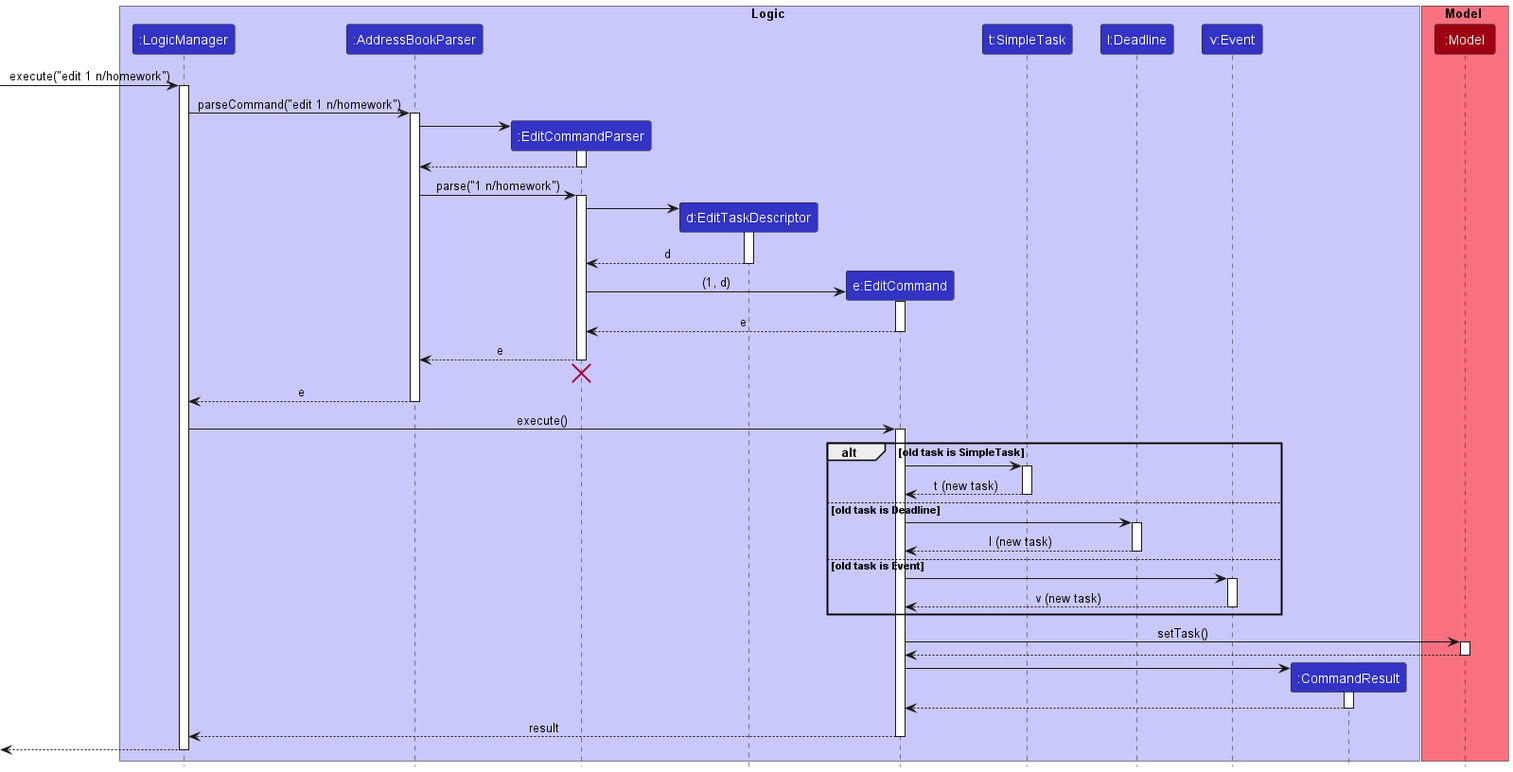
Earlier version of the PlantUML export docs/images/EditSequenceDiagram.png (nus-cs2103-AY2223S2/tp).
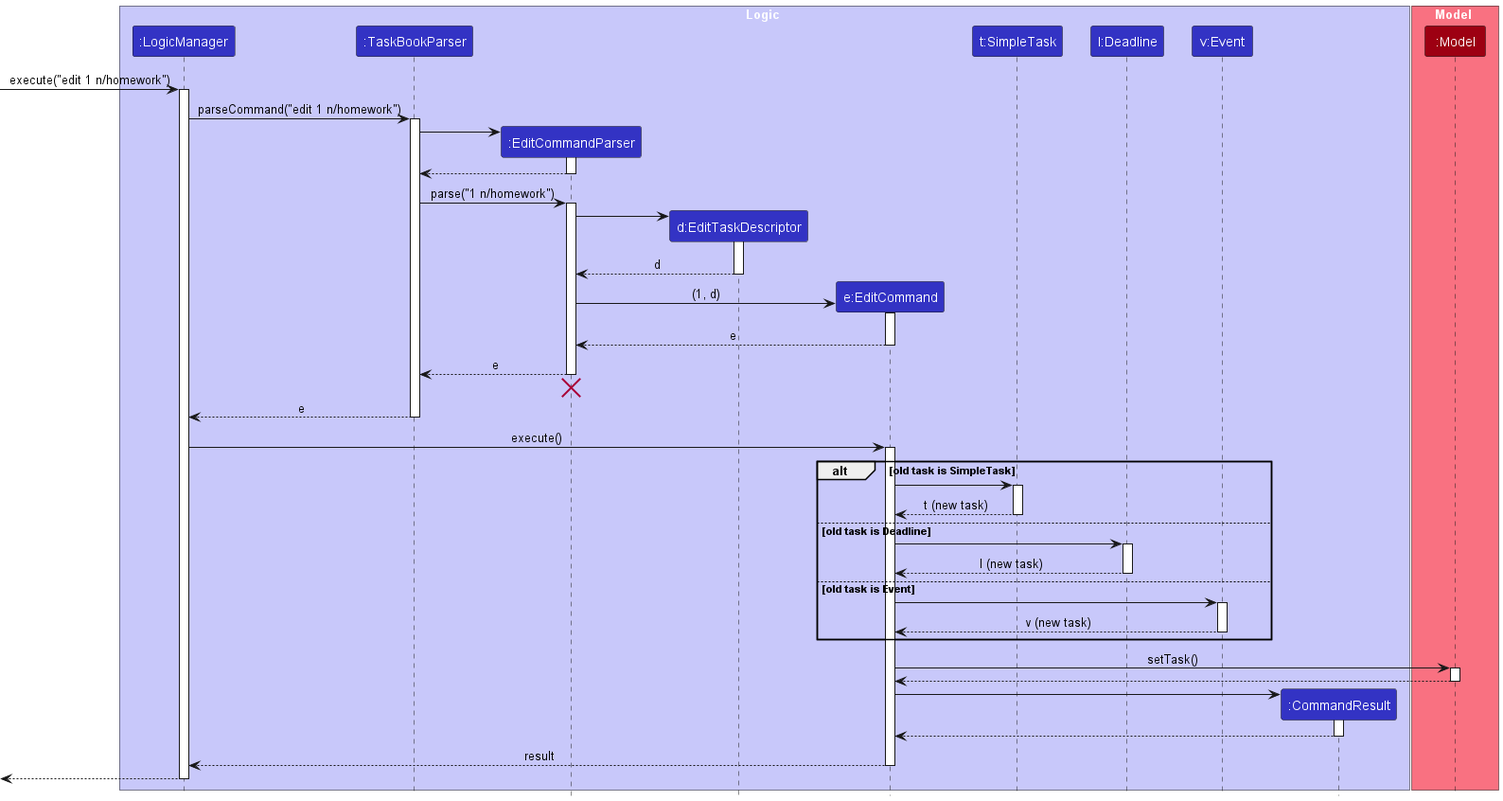
The same file after the commit.

Change to the diagram source:
```diff
@@ -3,7 +3,7 @@
 
 box Logic LOGIC_COLOR_T1
 participant ":LogicManager" as LogicManager LOGIC_COLOR
-participant ":AddressBookParser" as AddressBookParser LOGIC_COLOR
+participant ":TaskBookParser" as TaskBookParser LOGIC_COLOR
 participant ":EditCommandParser" as EditCommandParser LOGIC_COLOR
 participant "d:EditTaskDescriptor" as EditTaskDescriptor LOGIC_COLOR
 participant "e:EditCommand" as EditCommand LOGIC_COLOR
@@ -22,17 +22,17 @@
 [-> LogicManager : execute("edit 1 n/homework")
 activate LogicManager
 
-LogicManager -> AddressBookParser : parseCommand("edit 1 n/homework")
-activate AddressBookParser
+LogicManager -> TaskBookParser : parseCommand("edit 1 n/homework")
+activate TaskBookParser
 
 create EditCommandParser
-AddressBookParser -> EditCommandParser
+TaskBookParser -> EditCommandParser
 activate EditCommandParser
 
-EditCommandParser --> AddressBookParser
+EditCommandParser --> TaskBookParser
 deactivate EditCommandParser
 
-AddressBookParser -> EditCommandParser : parse("1 n/homework")
+TaskBookParser -> EditCommandParser : parse("1 n/homework")
 activate EditCommandParser
 
 create EditTaskDescriptor
@@ -49,13 +49,13 @@
 EditCommand --> EditCommandParser : e
 deactivate EditCommand
 
-EditCommandParser --> AddressBookParser : e
+EditCommandParser --> TaskBookParser : e
 deactivate EditCommandParser
-EditCommandParser -[hidden]-> AddressBookParser
+EditCommandParser -[hidden]-> TaskBookParser
 destroy EditCommandParser
 
-AddressBookParser --> LogicManager : e
-deactivate AddressBookParser
+TaskBookParser --> LogicManager : e
+deactivate TaskBookParser
 
 LogicManager -> EditCommand : execute()
 activate EditCommand
```
